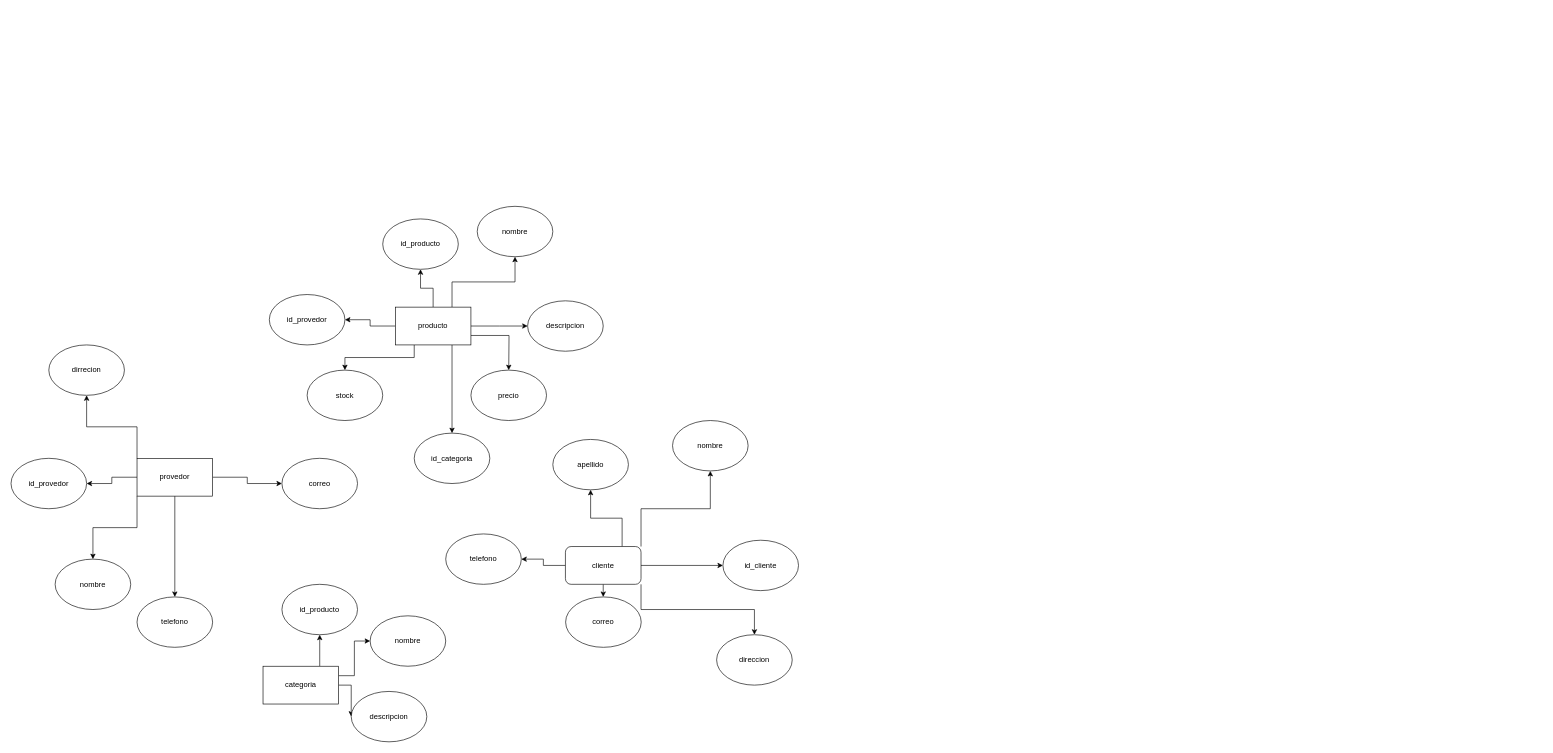
Earlier version of the draw.io diagram proyecto 2.drawio (Rey24179/proyecto_db_2). Source tidied: cells renumbered, new cells numbered last; positions are measured from the earlier drawing's top-left corner, leaving out a move shared by most shapes. Both pictures are drawn from the tidied source at 63%, with x=0, y=0 at pixel (11, 206).
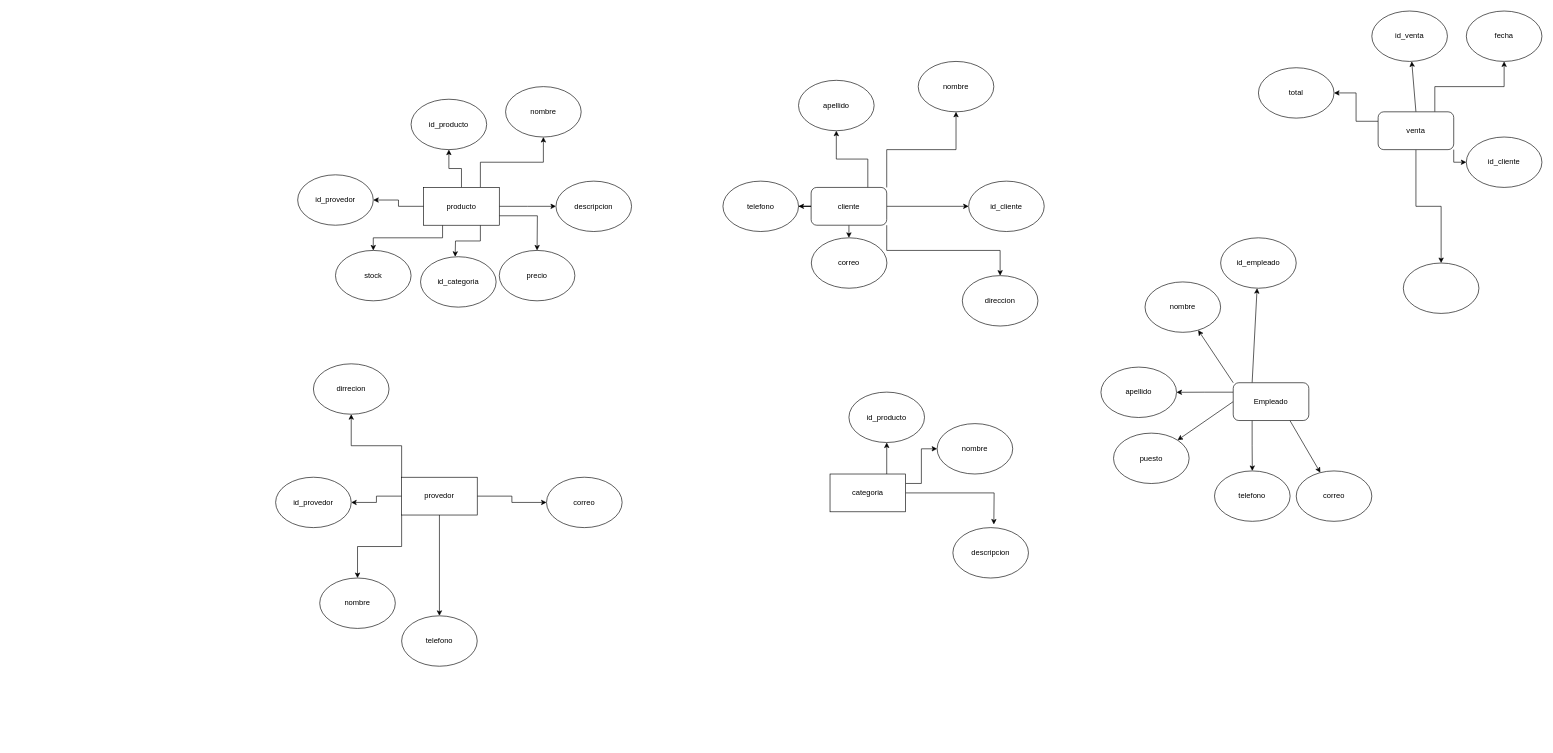
Above is the later version.

Diff of the diagram source:
```diff
@@
-    <mxCell id="4" style="edgeStyle=orthogonalEdgeStyle;rounded=0;jettySize=auto;html=1;exitX=1;exitY=0.5;exitDx=0;exitDy=0;" parent="1" edge="1" source="5" target="8">
-      <mxGeometry relative="1" as="geometry" />
+    <mxCell id="4" style="edgeStyle=orthogonalEdgeStyle;rounded=0;jettySize=auto;html=1;exitX=1;exitY=0.5;exitDx=0;exitDy=0;" parent="1" edge="1" source="5">
+      <mxGeometry relative="1" as="geometry">
+        <mxPoint x="1560" y="505" as="targetPoint" />
+      </mxGeometry>
     </mxCell>
     <mxCell id="5" value="categoria" style="rounded=0;whiteSpace=wrap;html=1;" parent="1" vertex="1">
-      <mxGeometry x="400" y="730" width="120" height="60" as="geometry" />
+      <mxGeometry x="1300" y="424.9" width="120" height="60" as="geometry" />
     </mxCell>
     <mxCell id="6" value="id_producto" style="ellipse;whiteSpace=wrap;html=1;" parent="1" vertex="1">
-      <mxGeometry x="430" y="600" width="120" height="80" as="geometry" />
+      <mxGeometry x="1330" y="294.9" width="120" height="80" as="geometry" />
     </mxCell>
     <mxCell id="7" value="nombre" style="ellipse;whiteSpace=wrap;html=1;" parent="1" vertex="1">
-      <mxGeometry x="570" y="650" width="120" height="80" as="geometry" />
+      <mxGeometry x="1470" y="344.9" width="120" height="80" as="geometry" />
     </mxCell>
     <mxCell id="8" value="descripcion" style="ellipse;whiteSpace=wrap;html=1;" parent="1" vertex="1">
-      <mxGeometry x="540" y="770" width="120" height="80" as="geometry" />
+      <mxGeometry x="1495" y="510" width="120" height="80" as="geometry" />
     </mxCell>
@@
     <mxCell id="14" value="provedor" style="rounded=0;whiteSpace=wrap;html=1;" parent="1" vertex="1">
-      <mxGeometry x="200" y="400" width="120" height="60" as="geometry" />
+      <mxGeometry x="620" y="430" width="120" height="60" as="geometry" />
     </mxCell>
     <mxCell id="15" value="id_provedor" style="ellipse;whiteSpace=wrap;html=1;" parent="1" vertex="1">
-      <mxGeometry y="400" width="120" height="80" as="geometry" />
+      <mxGeometry x="420" y="430" width="120" height="80" as="geometry" />
     </mxCell>
     <mxCell id="16" value="nombre" style="ellipse;whiteSpace=wrap;html=1;" parent="1" vertex="1">
-      <mxGeometry x="70" y="560" width="120" height="80" as="geometry" />
+      <mxGeometry x="490" y="590" width="120" height="80" as="geometry" />
     </mxCell>
     <mxCell id="17" value="telefono" style="ellipse;whiteSpace=wrap;html=1;" parent="1" vertex="1">
-      <mxGeometry x="200" y="620" width="120" height="80" as="geometry" />
+      <mxGeometry x="620" y="650" width="120" height="80" as="geometry" />
     </mxCell>
     <mxCell id="18" value="correo" style="ellipse;whiteSpace=wrap;html=1;" parent="1" vertex="1">
-      <mxGeometry x="430" y="400" width="120" height="80" as="geometry" />
+      <mxGeometry x="850" y="430" width="120" height="80" as="geometry" />
     </mxCell>
     <mxCell id="19" value="dirrecion" style="ellipse;whiteSpace=wrap;html=1;" parent="1" vertex="1">
-      <mxGeometry x="60" y="220" width="120" height="80" as="geometry" />
+      <mxGeometry x="480" y="250" width="120" height="80" as="geometry" />
     </mxCell>
@@
     <mxCell id="22" style="edgeStyle=orthogonalEdgeStyle;rounded=0;jettySize=auto;html=1;exitX=1;exitY=0.5;exitDx=0;exitDy=0;" parent="1" edge="1" source="27">
       <mxGeometry relative="1" as="geometry">
-        <mxPoint x="820" y="190" as="targetPoint" />
+        <mxPoint x="865" as="targetPoint" />
       </mxGeometry>
     </mxCell>
     <mxCell id="23" style="edgeStyle=orthogonalEdgeStyle;rounded=0;jettySize=auto;html=1;exitX=1;exitY=0.75;exitDx=0;exitDy=0;" parent="1" edge="1" source="27">
       <mxGeometry relative="1" as="geometry">
-        <mxPoint x="790" y="260" as="targetPoint" />
+        <mxPoint x="835" y="70" as="targetPoint" />
       </mxGeometry>
     </mxCell>
@@
-    <mxCell id="25" style="edgeStyle=orthogonalEdgeStyle;rounded=0;jettySize=auto;html=1;exitX=0.75;exitY=1;exitDx=0;exitDy=0;" parent="1" edge="1" source="27" target="33">
-      <mxGeometry relative="1" as="geometry" />
+    <mxCell id="25" style="edgeStyle=orthogonalEdgeStyle;rounded=0;jettySize=auto;html=1;exitX=0.75;exitY=1;exitDx=0;exitDy=0;" parent="1" edge="1" source="27">
+      <mxGeometry relative="1" as="geometry">
+        <mxPoint x="705" y="80" as="targetPoint" />
+      </mxGeometry>
     </mxCell>
@@
     <mxCell id="27" value="producto" style="rounded=0;whiteSpace=wrap;html=1;" parent="1" vertex="1">
-      <mxGeometry x="610" y="160" width="120" height="60" as="geometry" />
+      <mxGeometry x="655" y="-30" width="120" height="60" as="geometry" />
     </mxCell>
     <mxCell id="28" value="id_producto" style="ellipse;whiteSpace=wrap;html=1;" parent="1" vertex="1">
-      <mxGeometry x="590" y="20" width="120" height="80" as="geometry" />
+      <mxGeometry x="635" y="-170" width="120" height="80" as="geometry" />
     </mxCell>
     <mxCell id="29" value="nombre" style="ellipse;whiteSpace=wrap;html=1;" parent="1" vertex="1">
-      <mxGeometry x="740" width="120" height="80" as="geometry" />
+      <mxGeometry x="785" y="-190" width="120" height="80" as="geometry" />
     </mxCell>
     <mxCell id="30" value="descripcion" style="ellipse;whiteSpace=wrap;html=1;" parent="1" vertex="1">
-      <mxGeometry x="820" y="150" width="120" height="80" as="geometry" />
+      <mxGeometry x="865" y="-40" width="120" height="80" as="geometry" />
     </mxCell>
     <mxCell id="31" value="precio" style="ellipse;whiteSpace=wrap;html=1;" parent="1" vertex="1">
-      <mxGeometry x="730" y="260" width="120" height="80" as="geometry" />
+      <mxGeometry x="775" y="70" width="120" height="80" as="geometry" />
     </mxCell>
     <mxCell id="32" value="stock" style="ellipse;whiteSpace=wrap;html=1;" parent="1" vertex="1">
-      <mxGeometry x="470" y="260" width="120" height="80" as="geometry" />
+      <mxGeometry x="515" y="70" width="120" height="80" as="geometry" />
     </mxCell>
     <mxCell id="33" value="id_categoria" style="ellipse;whiteSpace=wrap;html=1;" parent="1" vertex="1">
-      <mxGeometry x="640" y="360" width="120" height="80" as="geometry" />
+      <mxGeometry x="650" y="80" width="120" height="80" as="geometry" />
     </mxCell>
     <mxCell id="34" value="id_provedor" style="ellipse;whiteSpace=wrap;html=1;" parent="1" vertex="1">
-      <mxGeometry x="410" y="140" width="120" height="80" as="geometry" />
+      <mxGeometry x="455" y="-50" width="120" height="80" as="geometry" />
     </mxCell>
@@
     <mxCell id="41" value="cliente" style="rounded=1;whiteSpace=wrap;html=1;" parent="1" vertex="1">
-      <mxGeometry x="880" y="540" width="120" height="60" as="geometry" />
+      <mxGeometry x="1270" y="-30" width="120" height="60" as="geometry" />
     </mxCell>
     <mxCell id="42" value="id_cliente" style="ellipse;whiteSpace=wrap;html=1;" parent="1" vertex="1">
-      <mxGeometry x="1130" y="530" width="120" height="80" as="geometry" />
+      <mxGeometry x="1520" y="-40" width="120" height="80" as="geometry" />
     </mxCell>
     <mxCell id="43" value="nombre" style="ellipse;whiteSpace=wrap;html=1;" parent="1" vertex="1">
-      <mxGeometry x="1050" y="340" width="120" height="80" as="geometry" />
+      <mxGeometry x="1440" y="-230" width="120" height="80" as="geometry" />
     </mxCell>
     <mxCell id="44" value="apellido" style="ellipse;whiteSpace=wrap;html=1;" parent="1" vertex="1">
-      <mxGeometry x="860" y="370" width="120" height="80" as="geometry" />
+      <mxGeometry x="1250" y="-200" width="120" height="80" as="geometry" />
     </mxCell>
     <mxCell id="45" value="telefono" style="ellipse;whiteSpace=wrap;html=1;" parent="1" vertex="1">
-      <mxGeometry x="690" y="520" width="120" height="80" as="geometry" />
+      <mxGeometry x="1130" y="-40" width="120" height="80" as="geometry" />
     </mxCell>
     <mxCell id="46" value="correo" style="ellipse;whiteSpace=wrap;html=1;" parent="1" vertex="1">
-      <mxGeometry x="880.3" y="620" width="120" height="80" as="geometry" />
+      <mxGeometry x="1270.3" y="50" width="120" height="80" as="geometry" />
     </mxCell>
     <mxCell id="47" value="direccion" style="ellipse;whiteSpace=wrap;html=1;" parent="1" vertex="1">
-      <mxGeometry x="1120" y="680" width="120" height="80" as="geometry" />
+      <mxGeometry x="1510" y="110" width="120" height="80" as="geometry" />
     </mxCell>
+    <mxCell id="48" style="rounded=1;jettySize=auto;html=1;exitX=0.25;exitY=0;exitDx=0;exitDy=0;" parent="1" edge="1" source="54" target="55">
+      <mxGeometry relative="1" as="geometry" />
+    </mxCell>
+    <mxCell id="49" style="rounded=0;jettySize=auto;html=1;exitX=0;exitY=0;exitDx=0;exitDy=0;" parent="1" edge="1" source="54" target="56">
+      <mxGeometry relative="1" as="geometry" />
+    </mxCell>
+    <mxCell id="50" style="edgeStyle=orthogonalEdgeStyle;rounded=0;jettySize=auto;html=1;exitX=0;exitY=0.25;exitDx=0;exitDy=0;" parent="1" edge="1" source="54" target="57">
+      <mxGeometry relative="1" as="geometry" />
+    </mxCell>
+    <mxCell id="51" style="rounded=0;jettySize=auto;html=1;exitX=0;exitY=0.5;exitDx=0;exitDy=0;" parent="1" edge="1" source="54" target="58">
+      <mxGeometry relative="1" as="geometry" />
+    </mxCell>
+    <mxCell id="52" style="edgeStyle=orthogonalEdgeStyle;rounded=0;jettySize=auto;html=1;exitX=0.25;exitY=1;exitDx=0;exitDy=0;" parent="1" edge="1" source="54" target="59">
+      <mxGeometry relative="1" as="geometry" />
+    </mxCell>
+    <mxCell id="53" style="rounded=0;jettySize=auto;html=1;exitX=0.75;exitY=1;exitDx=0;exitDy=0;" parent="1" edge="1" source="54" target="60">
+      <mxGeometry relative="1" as="geometry" />
+    </mxCell>
+    <mxCell id="54" value="Empleado" style="rounded=1;whiteSpace=wrap;html=1;" parent="1" vertex="1">
+      <mxGeometry x="1940" y="280" width="120" height="60" as="geometry" />
+    </mxCell>
+    <mxCell id="55" value="id_empleado" style="ellipse;whiteSpace=wrap;html=1;" parent="1" vertex="1">
+      <mxGeometry x="1920" y="50" width="120" height="80" as="geometry" />
+    </mxCell>
+    <mxCell id="56" value="nombre" style="ellipse;whiteSpace=wrap;html=1;" parent="1" vertex="1">
+      <mxGeometry x="1800" y="120" width="120" height="80" as="geometry" />
+    </mxCell>
+    <mxCell id="57" value="apellido" style="ellipse;whiteSpace=wrap;html=1;" parent="1" vertex="1">
+      <mxGeometry x="1730" y="255.2" width="120" height="80" as="geometry" />
+    </mxCell>
+    <mxCell id="58" value="puesto" style="ellipse;whiteSpace=wrap;html=1;" parent="1" vertex="1">
+      <mxGeometry x="1750" y="360" width="120" height="80" as="geometry" />
+    </mxCell>
+    <mxCell id="59" value="telefono" style="ellipse;whiteSpace=wrap;html=1;" parent="1" vertex="1">
+      <mxGeometry x="1910.3" y="420" width="120" height="80" as="geometry" />
+    </mxCell>
+    <mxCell id="60" value="correo" style="ellipse;whiteSpace=wrap;html=1;" parent="1" vertex="1">
+      <mxGeometry x="2040" y="420" width="120" height="80" as="geometry" />
+    </mxCell>
+    <mxCell id="61" style="rounded=0;jettySize=auto;html=1;exitX=0.5;exitY=0;exitDx=0;exitDy=0;" parent="1" edge="1" source="66" target="67">
+      <mxGeometry relative="1" as="geometry" />
+    </mxCell>
+    <mxCell id="62" style="edgeStyle=orthogonalEdgeStyle;rounded=0;jettySize=auto;html=1;exitX=0.75;exitY=0;exitDx=0;exitDy=0;" parent="1" edge="1" source="66" target="68">
+      <mxGeometry relative="1" as="geometry" />
+    </mxCell>
+    <mxCell id="63" style="edgeStyle=orthogonalEdgeStyle;rounded=0;jettySize=auto;html=1;exitX=0;exitY=0.25;exitDx=0;exitDy=0;" parent="1" edge="1" source="66" target="69">
+      <mxGeometry relative="1" as="geometry" />
+    </mxCell>
+    <mxCell id="64" style="edgeStyle=orthogonalEdgeStyle;rounded=0;jettySize=auto;html=1;exitX=1;exitY=1;exitDx=0;exitDy=0;" parent="1" edge="1" source="66" target="70">
+      <mxGeometry relative="1" as="geometry" />
+    </mxCell>
+    <mxCell id="65" style="edgeStyle=orthogonalEdgeStyle;rounded=0;jettySize=auto;html=1;exitX=0.5;exitY=1;exitDx=0;exitDy=0;" parent="1" edge="1" source="66" target="71">
+      <mxGeometry relative="1" as="geometry" />
+    </mxCell>
+    <mxCell id="66" value="venta" style="rounded=1;whiteSpace=wrap;html=1;" parent="1" vertex="1">
+      <mxGeometry x="2170" y="-150" width="120" height="60" as="geometry" />
+    </mxCell>
+    <mxCell id="67" value="id_venta" style="ellipse;whiteSpace=wrap;html=1;" parent="1" vertex="1">
+      <mxGeometry x="2160" y="-310" width="120" height="80" as="geometry" />
+    </mxCell>
+    <mxCell id="68" value="fecha" style="ellipse;whiteSpace=wrap;html=1;" parent="1" vertex="1">
+      <mxGeometry x="2310" y="-310" width="120" height="80" as="geometry" />
+    </mxCell>
+    <mxCell id="69" value="total" style="ellipse;whiteSpace=wrap;html=1;" parent="1" vertex="1">
+      <mxGeometry x="1980" y="-220" width="120" height="80" as="geometry" />
+    </mxCell>
+    <mxCell id="70" value="id_cliente" style="ellipse;whiteSpace=wrap;html=1;" parent="1" vertex="1">
+      <mxGeometry x="2310" y="-110" width="120" height="80" as="geometry" />
+    </mxCell>
+    <mxCell id="71" style="ellipse;whiteSpace=wrap;html=1;" parent="1" vertex="1">
+      <mxGeometry x="2210" y="90" width="120" height="80" as="geometry" />
+    </mxCell>
```
